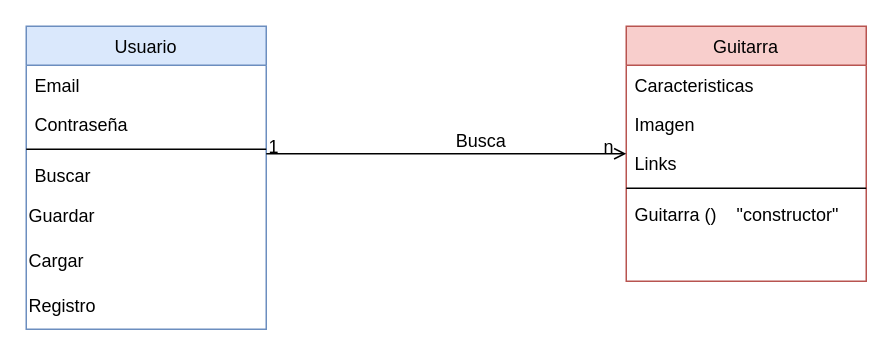
The draw.io diagram mockups/DiagramaClases.drawio in okronar/ProyectoFinalSergioRamos, before the edit. Source tidied: cells renumbered, new cells numbered last; positions are measured from the earlier drawing's top-left corner, leaving out a move shared by most shapes. Both pictures are drawn from the tidied source at 150%, with x=0, y=0 at pixel (26, 26).
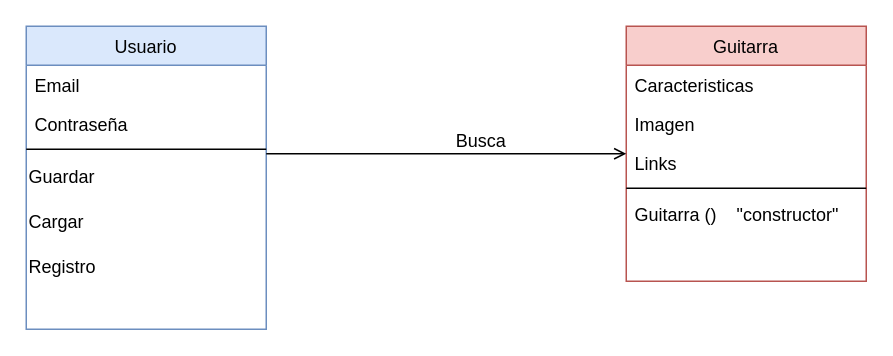
After the change.

The change refers to these unchanged cells:
```xml
<mxCell id="2" value="Usuario" style="swimlane;fontStyle=0;align=center;verticalAlign=top;horizontal=1;startSize=26;rounded=0;shadow=0;strokeWidth=1;fillColor=#dae8fc;strokeColor=#6c8ebf;" parent="1" vertex="1">
  <mxGeometry width="160" height="202" as="geometry" />
</mxCell>
<mxCell id="16" style="endArrow=open;shadow=0;strokeWidth=1;rounded=0;curved=0;endFill=1;edgeStyle=elbowEdgeStyle;elbow=vertical;" parent="1" edge="1" source="2" target="10">
  <mxGeometry x="0.5" y="41" relative="1" as="geometry">
    <mxPoint x="-40" y="32" as="offset" />
  </mxGeometry>
</mxCell>
```

What changed in the source:
```diff
@@
-    <mxCell id="6" value="Buscar" style="text;align=left;verticalAlign=top;spacingLeft=4;spacingRight=4;overflow=hidden;" parent="2" vertex="1">
-      <mxGeometry y="86" width="160" height="26" as="geometry" />
-    </mxCell>
     <mxCell id="7" value="Guardar" style="text;html=1;align=left;verticalAlign=middle;strokeColor=none;fillColor=none;" parent="2" vertex="1">
-      <mxGeometry y="112" width="160" height="30" as="geometry" />
+      <mxGeometry y="86" width="160" height="30" as="geometry" />
     </mxCell>
     <mxCell id="8" value="Cargar" style="text;html=1;align=left;verticalAlign=middle;strokeColor=none;fillColor=none;" parent="2" vertex="1">
-      <mxGeometry y="142" width="160" height="30" as="geometry" />
+      <mxGeometry y="116" width="160" height="30" as="geometry" />
     </mxCell>
     <mxCell id="9" value="Registro" style="text;html=1;align=left;verticalAlign=middle;strokeColor=none;fillColor=none;" parent="2" vertex="1">
-      <mxGeometry y="172" width="160" height="30" as="geometry" />
+      <mxGeometry y="146" width="160" height="30" as="geometry" />
     </mxCell>
@@
-    <mxCell id="17" value="1" style="align=left;verticalAlign=bottom;labelBackgroundColor=none;fontSize=12;" parent="16" vertex="1">
-      <mxGeometry x="-1" relative="1" as="geometry">
-        <mxPoint y="4" as="offset" />
-      </mxGeometry>
-    </mxCell>
-    <mxCell id="18" value="n" style="align=right;verticalAlign=bottom;labelBackgroundColor=none;fontSize=12;" parent="16" vertex="1">
-      <mxGeometry x="1" relative="1" as="geometry">
-        <mxPoint x="-7" y="4" as="offset" />
-      </mxGeometry>
-    </mxCell>
```
